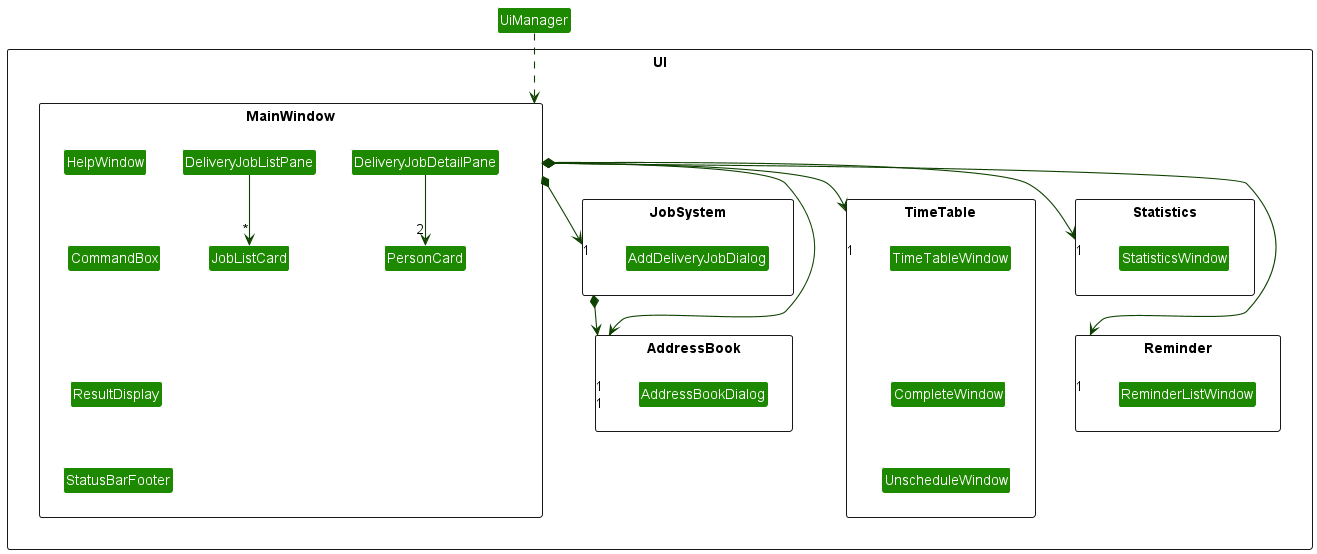
Above: docs/images/UiClassDiagramMainWindow.png in nus-cs2103-AY2223S2/tp (PlantUML), before the change.
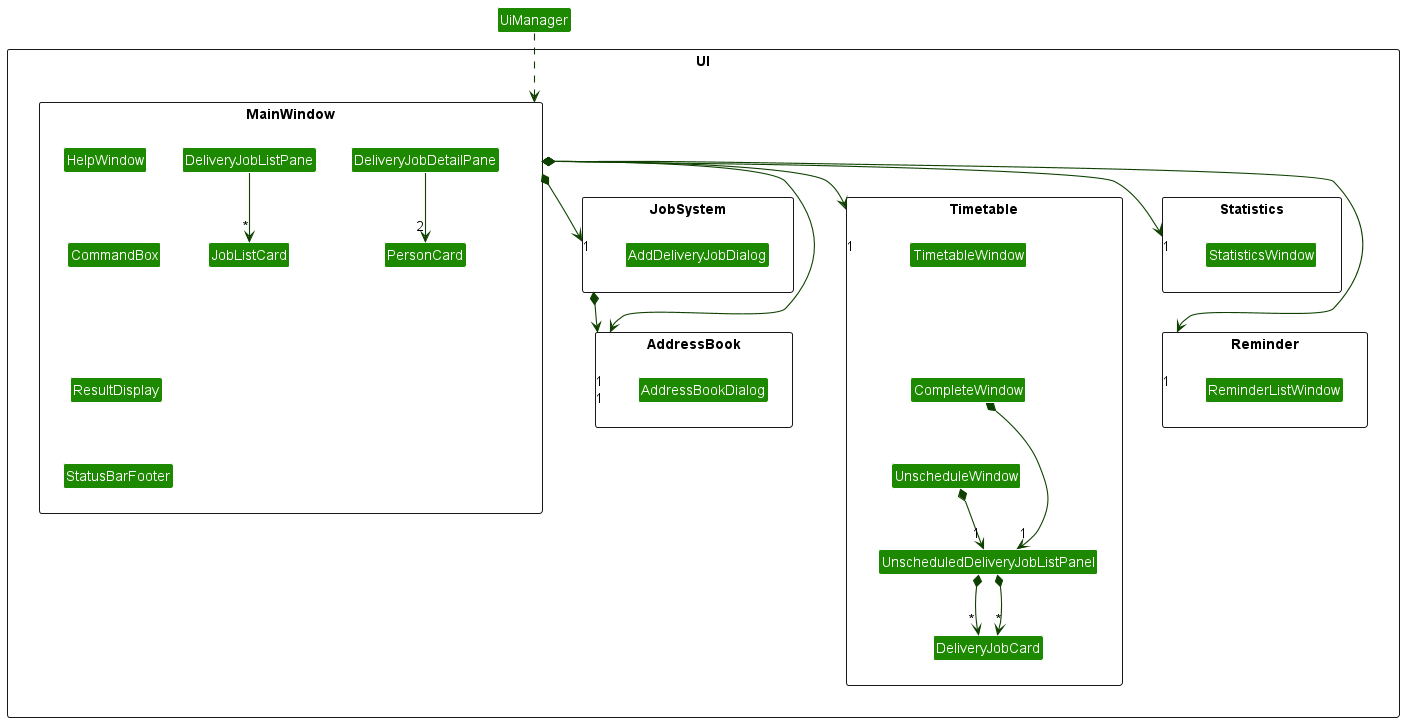
Later version of the same file.

The edit, as a diff of the source:
```diff
@@ -29,10 +29,12 @@
 Class StatisticsWindow
 }
 
-package TimeTable <<Rectangle>> {
-Class TimeTableWindow
+package Timetable <<Rectangle>> {
+Class TimetableWindow
 Class CompleteWindow
 Class UnscheduleWindow
+Class UnscheduledDeliveryJobListPanel
+Class DeliveryJobCard
 }
 
 package Reminder <<Rectangle>> {
@@ -54,13 +56,19 @@
 DeliveryJobDetailPane -down-> "2" PersonCard
 
 MainWindow *-down-> "1" JobSystem
-MainWindow *-down-> "1" TimeTable
+MainWindow *-down-> "1" Timetable
 MainWindow *--> "1" AddressBook
 MainWindow *--> "1" Reminder
 MainWindow *-down-> "1" Statistics
 
-TimeTableWindow -[hidden]- CompleteWindow
+TimetableWindow -[hidden]- CompleteWindow
 CompleteWindow -[hidden]- UnscheduleWindow
+
+CompleteWindow *-down-> "1" UnscheduledDeliveryJobListPanel
+UnscheduledDeliveryJobListPanel *-down-> "*" DeliveryJobCard
+
+UnscheduleWindow *-down-> "1" UnscheduledDeliveryJobListPanel
+UnscheduledDeliveryJobListPanel *-down-> "*" DeliveryJobCard
 
 JobSystem *-down-> "1" AddressBook
 Statistics -[hidden]down- Reminder
```
